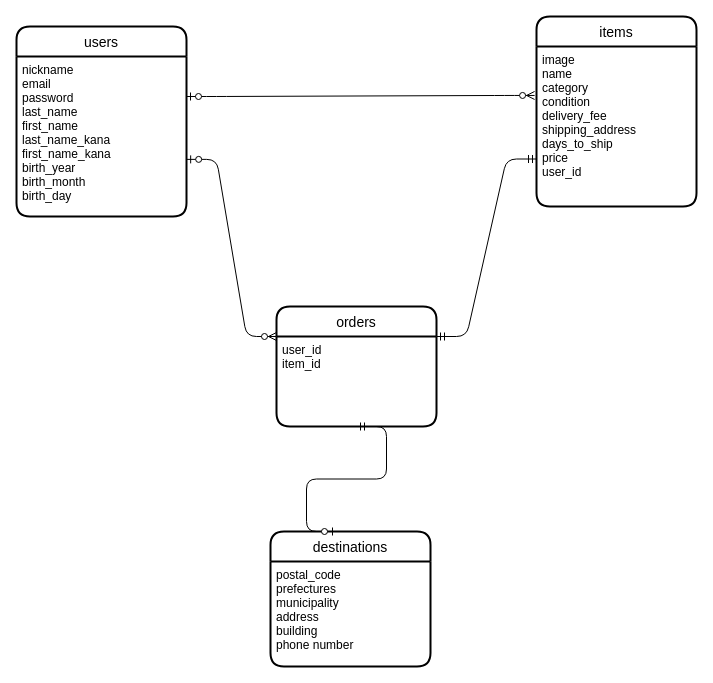
This is furima.dio from yuka52/furima-34538, a draw.io file, before an edit. Source tidied: cells renumbered, new cells numbered last; positions are measured from the earlier drawing's top-left corner, leaving out a move shared by most shapes. Both pictures are drawn from the tidied source at 100%, with x=0, y=0 at pixel (16, 16).
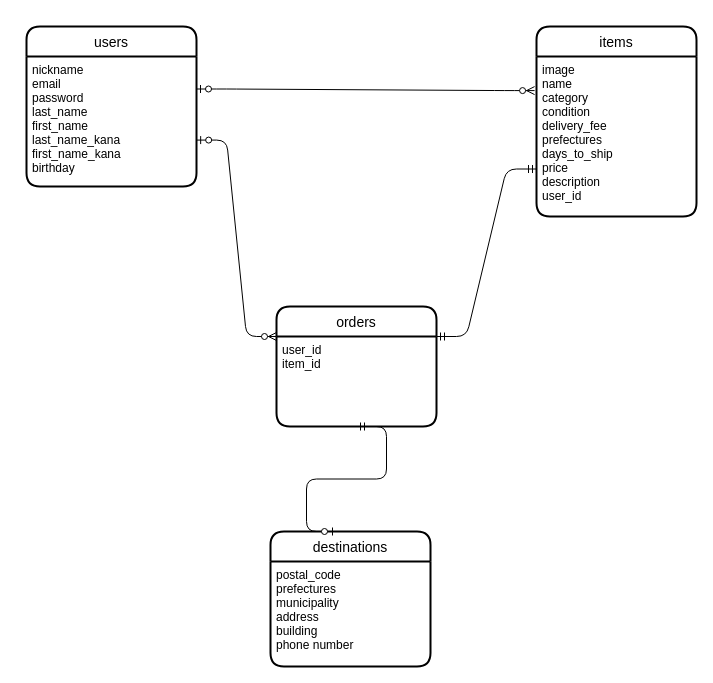
The same diagram, later.

Commit message (it also covers changes not shown here):
ER図・READMEの修正

Change to the diagram source:
```diff
@@
 <mxGraphModel>
   <root>
     <mxCell id="0" />
     <mxCell id="1" parent="0" />
     <mxCell id="2" value="items" style="swimlane;horizontal=1;startSize=30;rounded=1;fontSize=14;fontStyle=0;strokeWidth=2;shadow=0;dashed=0;align=center;" parent="1" vertex="1">
-      <mxGeometry x="520" width="160" height="190" as="geometry" />
+      <mxGeometry x="520" y="10" width="160" height="190" as="geometry" />
     </mxCell>
-    <mxCell id="3" value="image&#10;name&#10;category&#10;condition&#10;&#9;delivery_fee&#10;shipping_address&#10;days_to_ship&#10;price&#10;user_id" style="align=left;strokeColor=none;fillColor=none;spacingLeft=4;fontSize=12;verticalAlign=top;" parent="2" vertex="1">
+    <mxCell id="3" value="image&#10;name&#10;category&#10;condition&#10;&#9;delivery_fee&#10;prefectures&#10;days_to_ship&#10;price&#10;description&#10;user_id" style="align=left;strokeColor=none;fillColor=none;spacingLeft=4;fontSize=12;verticalAlign=top;" parent="2" vertex="1">
       <mxGeometry y="30" width="160" height="160" as="geometry" />
     </mxCell>
     <mxCell id="4" value="users" style="swimlane;horizontal=1;startSize=30;rounded=1;fontSize=14;fontStyle=0;strokeWidth=2;shadow=0;dashed=0;align=center;" parent="1" vertex="1">
-      <mxGeometry y="10" width="170" height="190" as="geometry" />
+      <mxGeometry x="10" y="10" width="170" height="160" as="geometry" />
     </mxCell>
-    <mxCell id="5" value="nickname&#10;email&#10;password&#10;last_name&#10;first_name&#10;last_name_kana&#10;first_name_kana&#10;birth_year&#10;birth_month&#10;birth_day" style="align=left;strokeColor=none;fillColor=none;spacingLeft=4;fontSize=12;verticalAlign=top;" parent="4" vertex="1">
-      <mxGeometry y="30" width="170" height="160" as="geometry" />
+    <mxCell id="5" value="nickname&#10;email&#10;password&#10;last_name&#10;first_name&#10;last_name_kana&#10;first_name_kana&#10;birthday" style="align=left;strokeColor=none;fillColor=none;spacingLeft=4;fontSize=12;verticalAlign=top;" parent="4" vertex="1">
+      <mxGeometry y="30" width="170" height="130" as="geometry" />
     </mxCell>
     <mxCell id="6" value="destinations" style="swimlane;horizontal=1;startSize=30;rounded=1;fontSize=14;fontStyle=0;strokeWidth=2;shadow=0;dashed=0;align=center;" parent="1" vertex="1">
       <mxGeometry x="254" y="515" width="160" height="135" as="geometry" />
     </mxCell>
     <mxCell id="7" value="postal_code&#10;prefectures&#10;municipality&#10;address&#10;building&#10;phone number" style="align=left;strokeColor=none;fillColor=none;spacingLeft=4;fontSize=12;verticalAlign=top;" parent="6" vertex="1">
       <mxGeometry y="30" width="160" height="105" as="geometry" />
     </mxCell>
     <mxCell id="8" style="edgeStyle=entityRelationEdgeStyle;fontSize=12;html=1;endArrow=ERzeroToMany;startArrow=ERzeroToOne;exitX=1.001;exitY=0.643;exitDx=0;exitDy=0;entryX=0;entryY=0;entryDx=0;entryDy=0;exitPerimeter=0;" parent="1" edge="1" source="5" target="12">
       <mxGeometry relative="1" as="geometry" />
     </mxCell>
-    <mxCell id="9" style="edgeStyle=entityRelationEdgeStyle;fontSize=12;html=1;endArrow=ERzeroToMany;startArrow=ERzeroToOne;exitX=1;exitY=0.25;exitDx=0;exitDy=0;entryX=-0.012;entryY=0.306;entryDx=0;entryDy=0;entryPerimeter=0;" parent="1" edge="1" source="5" target="3">
+    <mxCell id="9" style="edgeStyle=entityRelationEdgeStyle;fontSize=12;html=1;endArrow=ERzeroToMany;startArrow=ERzeroToOne;exitX=1;exitY=0.25;exitDx=0;exitDy=0;entryX=-0.012;entryY=0.213;entryDx=0;entryDy=0;entryPerimeter=0;" parent="1" edge="1" source="5" target="3">
       <mxGeometry relative="1" as="geometry" />
     </mxCell>
     <mxCell id="10" style="edgeStyle=entityRelationEdgeStyle;fontSize=12;html=1;endArrow=ERzeroToOne;startArrow=ERmandOne;exitX=0.5;exitY=1;exitDx=0;exitDy=0;" parent="1" edge="1" source="12">
       <mxGeometry relative="1" as="geometry">
         <mxPoint x="320" y="515" as="targetPoint" />
       </mxGeometry>
     </mxCell>
     <mxCell id="11" value="orders" style="swimlane;horizontal=1;startSize=30;rounded=1;fontSize=14;fontStyle=0;strokeWidth=2;shadow=0;dashed=0;align=center;" parent="1" vertex="1">
       <mxGeometry x="260" y="290" width="160" height="120" as="geometry" />
     </mxCell>
     <mxCell id="12" value="user_id&#10;item_id" style="align=left;strokeColor=none;fillColor=none;spacingLeft=4;fontSize=12;verticalAlign=top;" parent="11" vertex="1">
       <mxGeometry y="30" width="160" height="90" as="geometry" />
     </mxCell>
     <mxCell id="13" style="edgeStyle=entityRelationEdgeStyle;fontSize=12;html=1;endArrow=ERmandOne;startArrow=ERmandOne;entryX=0;entryY=0.75;entryDx=0;entryDy=0;exitX=1;exitY=0.25;exitDx=0;exitDy=0;" parent="1" edge="1" source="11" target="2">
       <mxGeometry relative="1" as="geometry" />
     </mxCell>
   </root>
 </mxGraphModel>
```
